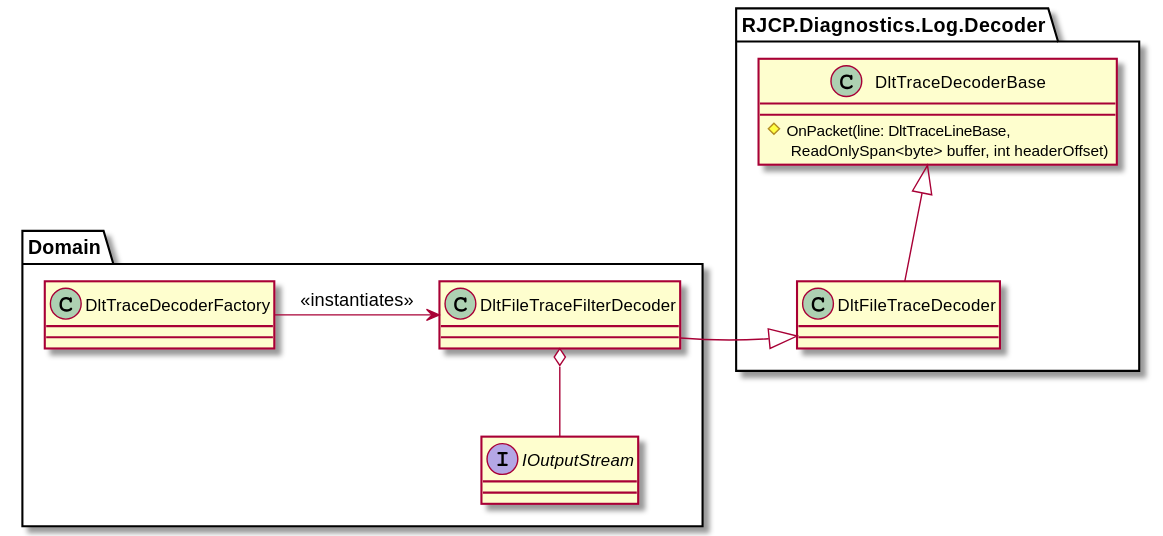
Before: apps/DltDump/docs/out/diagrams/domaindecoder/Domain.Decoder.Writer.svg, a diagram exported from PlantUML (jcurl/RJCP.DLL.Log). The source it was exported from:
```plantuml
@startuml Domain.Decoder.Writer

namespace Domain {
  class DltTraceDecoderFactory
  interface IOutputStream

  DltTraceDecoderFactory -r-> DltFileTraceFilterDecoder : <<instantiates>>

  class DltFileTraceFilterDecoder
  DltFileTraceFilterDecoder -r-|> RJCP.Diagnostics.Log.Decoder.DltFileTraceDecoder
  DltFileTraceFilterDecoder o-d- IOutputStream
}

namespace RJCP.Diagnostics.Log.Decoder {
    class DltTraceDecoderBase {
        #OnPacket(line: DltTraceLineBase,\n ReadOnlySpan<byte> buffer, int headerOffset)
    }
    class DltFileTraceDecoder
   DltTraceDecoderBase <|-d- DltFileTraceDecoder
}

@enduml
```
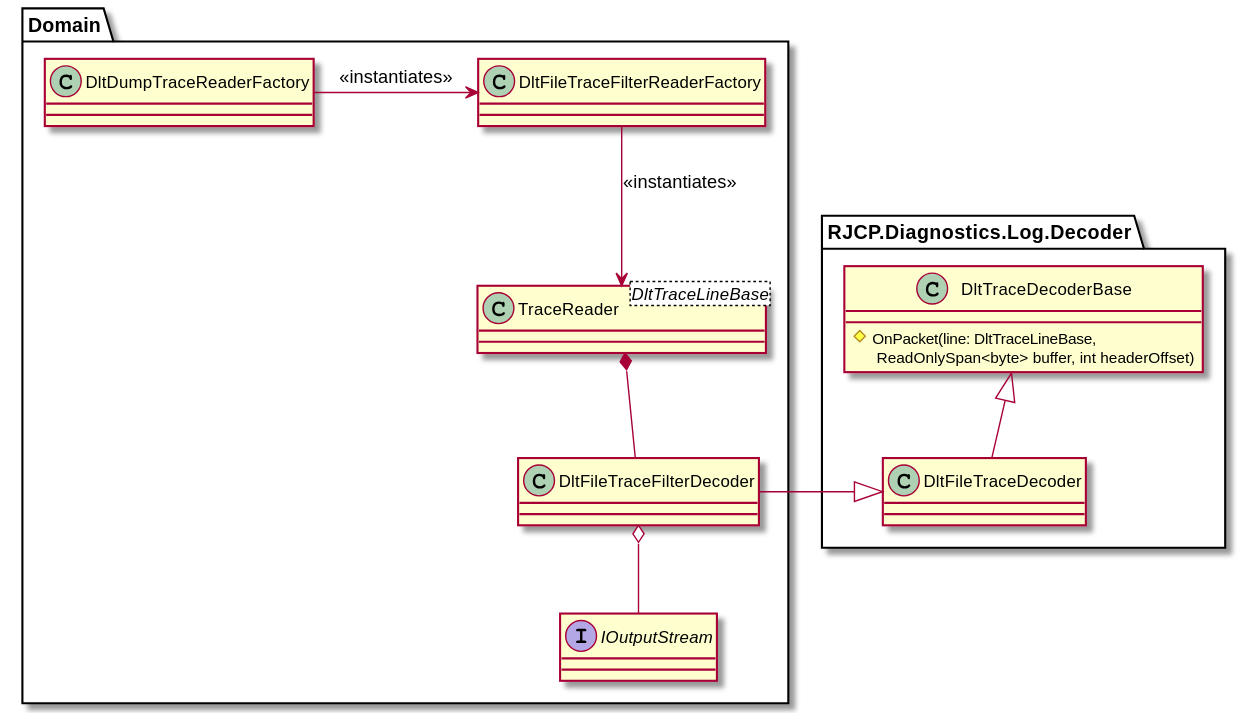
The same diagram one commit later.

Diff of the diagram source:
```diff
@@ -1,12 +1,16 @@
 @startuml Domain.Decoder.Writer
 
 namespace Domain {
-  class DltTraceDecoderFactory
+  class DltDumpTraceReaderFactory
   interface IOutputStream
 
-  DltTraceDecoderFactory -r-> DltFileTraceFilterDecoder : <<instantiates>>
+  DltDumpTraceReaderFactory -r-> DltFileTraceFilterReaderFactory : <<instantiates>>
 
+  class DltFileTraceFilterReaderFactory
+  class TraceReader<DltTraceLineBase>
   class DltFileTraceFilterDecoder
+  DltFileTraceFilterReaderFactory -d-> TraceReader : <<instantiates>>
+  TraceReader *-d- DltFileTraceFilterDecoder
   DltFileTraceFilterDecoder -r-|> RJCP.Diagnostics.Log.Decoder.DltFileTraceDecoder
   DltFileTraceFilterDecoder o-d- IOutputStream
 }
@@ -16,7 +20,6 @@
         #OnPacket(line: DltTraceLineBase,\n ReadOnlySpan<byte> buffer, int headerOffset)
     }
     class DltFileTraceDecoder
-   DltTraceDecoderBase <|-d- DltFileTraceDecoder
+    DltTraceDecoderBase <|-d- DltFileTraceDecoder
 }
-
 @enduml
```
